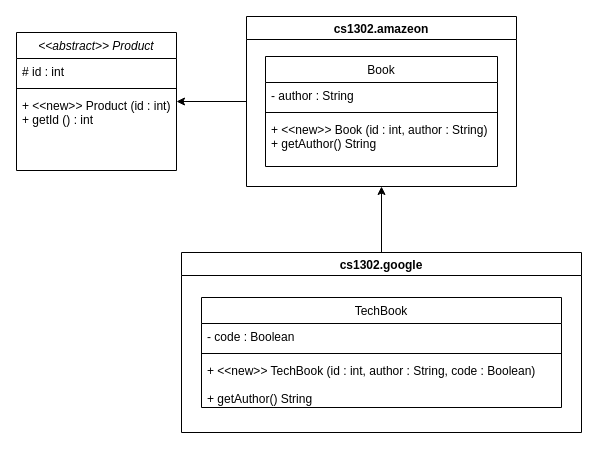
Before: Untitled Diagram.drawio in Zeno240/vitals, a draw.io diagram. Source tidied: cells renumbered, new cells numbered last; positions are measured from the earlier drawing's top-left corner, leaving out a move shared by most shapes. Both pictures are drawn from the tidied source at 100%, with x=0, y=0 at pixel (16, 16).
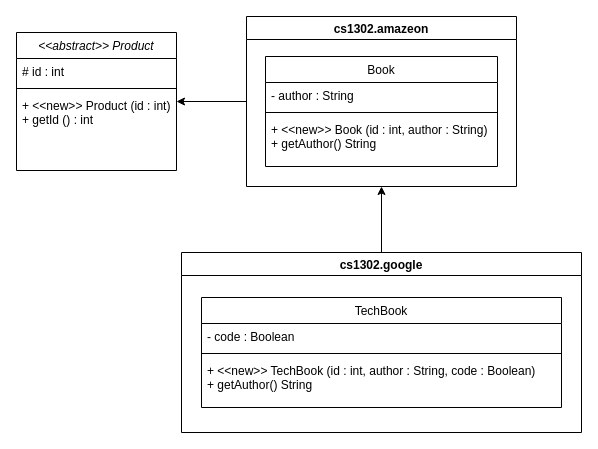
After the change.

Change to the diagram source:
```diff
@@
 <mxGraphModel>
   <root>
     <mxCell id="0" />
     <mxCell id="1" parent="0" />
     <mxCell id="2" value="&lt;&lt;abstract&gt;&gt; Product" style="swimlane;fontStyle=2;align=center;verticalAlign=top;horizontal=1;startSize=26;rounded=0;shadow=0;strokeWidth=1;" parent="1" vertex="1">
       <mxGeometry y="16" width="160" height="138" as="geometry" />
     </mxCell>
     <mxCell id="3" value="# id : int" style="text;align=left;verticalAlign=top;spacingLeft=4;spacingRight=4;overflow=hidden;" parent="2" vertex="1">
       <mxGeometry y="26" width="160" height="26" as="geometry" />
     </mxCell>
     <mxCell id="4" style="line;html=1;strokeWidth=1;align=left;verticalAlign=middle;spacingTop=-1;spacingLeft=3;spacingRight=3;labelPosition=right;" parent="2" vertex="1">
       <mxGeometry y="52" width="160" height="8" as="geometry" />
     </mxCell>
     <mxCell id="5" value="+ &lt;&lt;new&gt;&gt; Product (id : int) &#10;+ getId () : int&#10;" style="text;align=left;verticalAlign=top;spacingLeft=4;spacingRight=4;overflow=hidden;" parent="2" vertex="1">
       <mxGeometry y="60" width="160" height="70" as="geometry" />
     </mxCell>
     <mxCell id="6" style="edgeStyle=orthogonalEdgeStyle;rounded=0;jettySize=auto;html=1;" parent="1" edge="1" source="7" target="2">
       <mxGeometry relative="1" as="geometry" />
     </mxCell>
     <mxCell id="7" value="cs1302.amazeon" style="swimlane;" parent="1" vertex="1">
       <mxGeometry x="230" width="270" height="170" as="geometry" />
     </mxCell>
     <mxCell id="8" value="Book" style="swimlane;fontStyle=0;align=center;verticalAlign=top;horizontal=1;startSize=26;rounded=0;shadow=0;strokeWidth=1;" parent="7" vertex="1">
       <mxGeometry x="19" y="40" width="232" height="110" as="geometry" />
     </mxCell>
     <mxCell id="9" value="- author : String" style="text;align=left;verticalAlign=top;spacingLeft=4;spacingRight=4;overflow=hidden;" parent="8" vertex="1">
       <mxGeometry y="26" width="232" height="26" as="geometry" />
     </mxCell>
     <mxCell id="10" style="line;html=1;strokeWidth=1;align=left;verticalAlign=middle;spacingTop=-1;spacingLeft=3;spacingRight=3;labelPosition=right;" parent="8" vertex="1">
       <mxGeometry y="52" width="232" height="8" as="geometry" />
     </mxCell>
     <mxCell id="11" value="+ &lt;&lt;new&gt;&gt; Book (id : int, author : String)&#10;+ getAuthor() String&#10;" style="text;align=left;verticalAlign=top;spacingLeft=4;spacingRight=4;overflow=hidden;" parent="8" vertex="1">
       <mxGeometry y="60" width="232" height="50" as="geometry" />
     </mxCell>
     <mxCell id="12" style="edgeStyle=orthogonalEdgeStyle;rounded=0;jettySize=auto;html=1;entryX=0.5;entryY=1;entryDx=0;entryDy=0;" parent="1" edge="1" source="13" target="7">
       <mxGeometry relative="1" as="geometry" />
     </mxCell>
     <mxCell id="13" value="cs1302.google" style="swimlane;" parent="1" vertex="1">
       <mxGeometry x="165" y="236" width="400" height="180" as="geometry" />
     </mxCell>
     <mxCell id="14" value="TechBook" style="swimlane;fontStyle=0;align=center;verticalAlign=top;horizontal=1;startSize=26;rounded=0;shadow=0;strokeWidth=1;" parent="13" vertex="1">
       <mxGeometry x="20" y="45" width="360" height="110" as="geometry" />
     </mxCell>
     <mxCell id="15" value="- code : Boolean" style="text;align=left;verticalAlign=top;spacingLeft=4;spacingRight=4;overflow=hidden;" parent="14" vertex="1">
       <mxGeometry y="26" width="360" height="26" as="geometry" />
     </mxCell>
     <mxCell id="16" style="line;html=1;strokeWidth=1;align=left;verticalAlign=middle;spacingTop=-1;spacingLeft=3;spacingRight=3;labelPosition=right;" parent="14" vertex="1">
       <mxGeometry y="52" width="360" height="8" as="geometry" />
     </mxCell>
-    <mxCell id="17" value="+ &lt;&lt;new&gt;&gt; TechBook (id : int, author : String, code : Boolean) &#10;&#10;+ getAuthor() String&#10;" style="text;align=left;verticalAlign=top;spacingLeft=4;spacingRight=4;overflow=hidden;" parent="14" vertex="1">
+    <mxCell id="17" value="+ &lt;&lt;new&gt;&gt; TechBook (id : int, author : String, code : Boolean) &#10;+ getAuthor() String&#10;" style="text;align=left;verticalAlign=top;spacingLeft=4;spacingRight=4;overflow=hidden;" parent="14" vertex="1">
       <mxGeometry y="60" width="360" height="50" as="geometry" />
     </mxCell>
   </root>
 </mxGraphModel>
```
